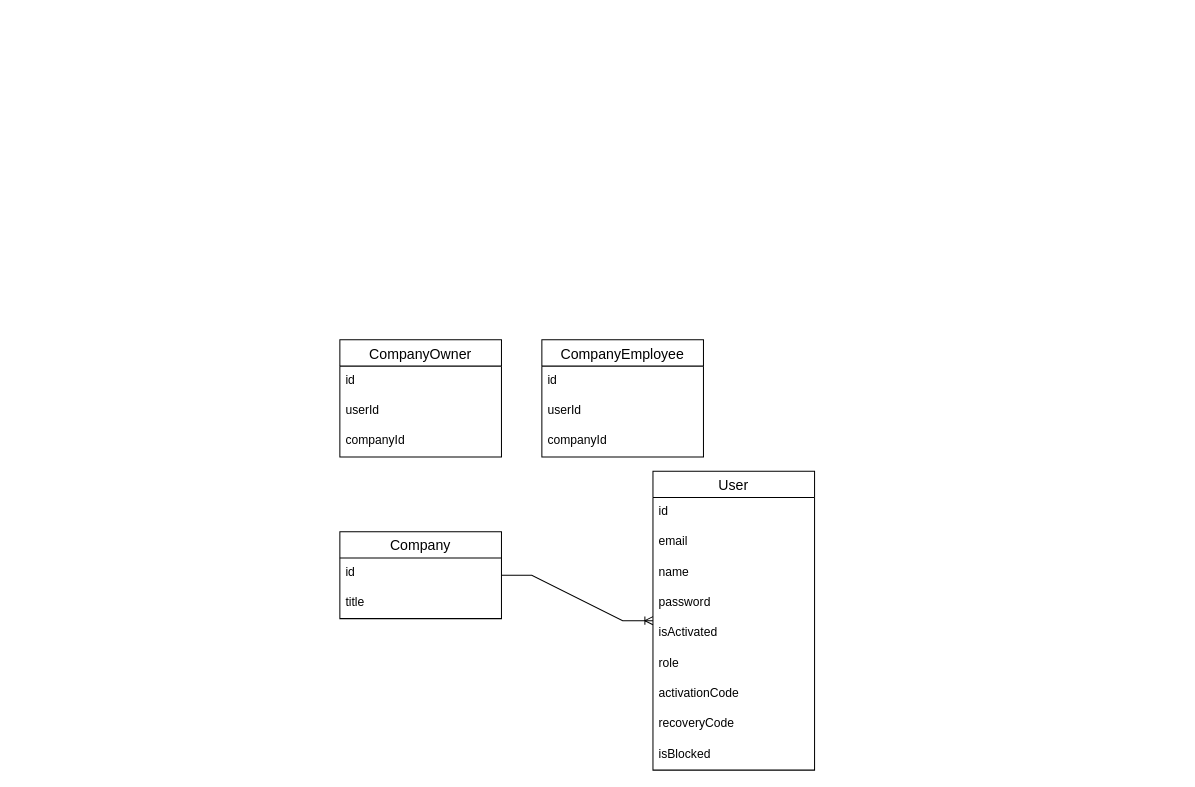
Nik68rus/myhoreca keeps this draw.io diagram as horeca.drawio. Above is the earlier version. Source tidied: cells renumbered, new cells numbered last; positions are measured from the earlier drawing's top-left corner, leaving out a move shared by most shapes. Both pictures are drawn from the tidied source at 101%, with x=0, y=0 at pixel (339, 339).
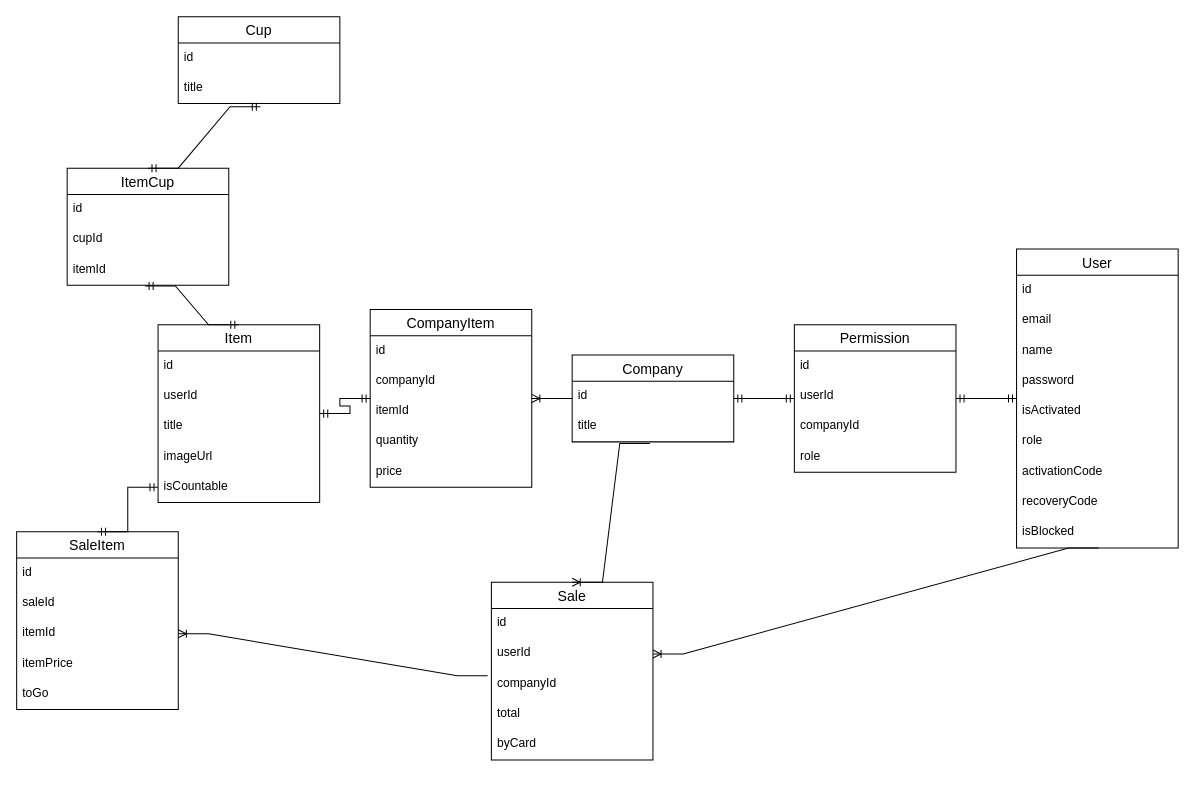
The same diagram, later.

Unchanged cells that the change refers to:
```xml
<mxCell id="11" value="isBlocked" style="text;strokeColor=none;fillColor=none;spacingLeft=4;spacingRight=4;overflow=hidden;points=[[0,0.5],[1,0.5]];portConstraint=eastwest;fontSize=12;" parent="2" vertex="1">
  <mxGeometry y="266" width="160" height="30" as="geometry" />
</mxCell>
<mxCell id="14" value="title" style="text;strokeColor=none;fillColor=none;spacingLeft=4;spacingRight=4;overflow=hidden;points=[[0,0.5],[1,0.5]];portConstraint=eastwest;fontSize=12;" parent="12" vertex="1">
  <mxGeometry y="56" width="160" height="30" as="geometry" />
</mxCell>
```

Change to the diagram source:
```diff
@@
     <mxCell id="2" value="User" style="swimlane;fontStyle=0;horizontal=1;startSize=26;align=center;fontSize=14;" parent="1" vertex="1">
-      <mxGeometry x="310" y="130" width="160" height="296" as="geometry" />
+      <mxGeometry x="670" y="-90" width="160" height="296" as="geometry" />
     </mxCell>
@@
     <mxCell id="12" value="Company" style="swimlane;fontStyle=0;horizontal=1;startSize=26;align=center;fontSize=14;" parent="1" vertex="1">
-      <mxGeometry y="190" width="160" height="86" as="geometry" />
+      <mxGeometry x="230" y="15" width="160" height="86" as="geometry" />
     </mxCell>
@@
-    <mxCell id="15" style="edgeStyle=entityRelationEdgeStyle;fontSize=12;html=1;endArrow=ERoneToMany;rounded=0;" parent="1" edge="1" source="12" target="2">
-      <mxGeometry relative="1" as="geometry" />
-    </mxCell>
-    <mxCell id="16" value="CompanyOwner" style="swimlane;fontStyle=0;horizontal=1;startSize=26;align=center;fontSize=14;" parent="1" vertex="1">
-      <mxGeometry width="160" height="116" as="geometry" />
+    <mxCell id="16" value="Permission" style="swimlane;fontStyle=0;horizontal=1;startSize=26;align=center;fontSize=14;" parent="1" vertex="1">
+      <mxGeometry x="450" y="-15" width="160" height="146" as="geometry" />
     </mxCell>
@@
-    <mxCell id="20" value="CompanyEmployee" style="swimlane;fontStyle=0;horizontal=1;startSize=26;align=center;fontSize=14;" parent="1" vertex="1">
-      <mxGeometry x="200" width="160" height="116" as="geometry" />
-    </mxCell>
-    <mxCell id="21" value="id" style="text;strokeColor=none;fillColor=none;spacingLeft=4;spacingRight=4;overflow=hidden;fontSize=12;" parent="20" vertex="1">
-      <mxGeometry y="26" width="160" height="30" as="geometry" />
-    </mxCell>
-    <mxCell id="22" value="userId" style="text;strokeColor=none;fillColor=none;spacingLeft=4;spacingRight=4;overflow=hidden;fontSize=12;" parent="20" vertex="1">
-      <mxGeometry y="56" width="160" height="30" as="geometry" />
-    </mxCell>
+    <mxCell id="24" value="role" style="text;strokeColor=none;fillColor=none;spacingLeft=4;spacingRight=4;overflow=hidden;fontSize=12;" parent="16" vertex="1">
+      <mxGeometry y="116" width="160" height="30" as="geometry" />
+    </mxCell>
+    <mxCell id="25" value="Item" style="swimlane;fontStyle=0;horizontal=1;startSize=26;align=center;fontSize=14;" parent="1" vertex="1">
+      <mxGeometry x="-180" y="-15" width="160" height="176" as="geometry" />
+    </mxCell>
+    <mxCell id="26" value="id" style="text;strokeColor=none;fillColor=none;spacingLeft=4;spacingRight=4;overflow=hidden;fontSize=12;" parent="25" vertex="1">
+      <mxGeometry y="26" width="160" height="30" as="geometry" />
+    </mxCell>
+    <mxCell id="27" value="userId" style="text;strokeColor=none;fillColor=none;spacingLeft=4;spacingRight=4;overflow=hidden;fontSize=12;" parent="25" vertex="1">
+      <mxGeometry y="56" width="160" height="30" as="geometry" />
+    </mxCell>
+    <mxCell id="28" value="title" style="text;strokeColor=none;fillColor=none;spacingLeft=4;spacingRight=4;overflow=hidden;fontSize=12;" parent="25" vertex="1">
+      <mxGeometry y="86" width="160" height="30" as="geometry" />
+    </mxCell>
+    <mxCell id="29" value="imageUrl" style="text;strokeColor=none;fillColor=none;spacingLeft=4;spacingRight=4;overflow=hidden;fontSize=12;" parent="25" vertex="1">
+      <mxGeometry y="116" width="160" height="30" as="geometry" />
+    </mxCell>
+    <mxCell id="30" value="isCountable" style="text;strokeColor=none;fillColor=none;spacingLeft=4;spacingRight=4;overflow=hidden;points=[[0,0.5],[1,0.5]];portConstraint=eastwest;fontSize=12;" parent="25" vertex="1">
+      <mxGeometry y="146" width="160" height="30" as="geometry" />
+    </mxCell>
+    <mxCell id="31" value="CompanyItem" style="swimlane;fontStyle=0;horizontal=1;startSize=26;align=center;fontSize=14;" parent="1" vertex="1">
+      <mxGeometry x="30" y="-30" width="160" height="176" as="geometry" />
+    </mxCell>
+    <mxCell id="32" value="id" style="text;strokeColor=none;fillColor=none;spacingLeft=4;spacingRight=4;overflow=hidden;fontSize=12;" parent="31" vertex="1">
+      <mxGeometry y="26" width="160" height="30" as="geometry" />
+    </mxCell>
+    <mxCell id="33" value="companyId" style="text;strokeColor=none;fillColor=none;spacingLeft=4;spacingRight=4;overflow=hidden;fontSize=12;" parent="31" vertex="1">
+      <mxGeometry y="56" width="160" height="30" as="geometry" />
+    </mxCell>
+    <mxCell id="34" value="itemId" style="text;strokeColor=none;fillColor=none;spacingLeft=4;spacingRight=4;overflow=hidden;fontSize=12;" parent="31" vertex="1">
+      <mxGeometry y="86" width="160" height="30" as="geometry" />
+    </mxCell>
+    <mxCell id="35" value="quantity" style="text;strokeColor=none;fillColor=none;spacingLeft=4;spacingRight=4;overflow=hidden;fontSize=12;" parent="31" vertex="1">
+      <mxGeometry y="116" width="160" height="30" as="geometry" />
+    </mxCell>
+    <mxCell id="36" value="price" style="text;strokeColor=none;fillColor=none;spacingLeft=4;spacingRight=4;overflow=hidden;fontSize=12;" parent="31" vertex="1">
+      <mxGeometry y="146" width="160" height="30" as="geometry" />
+    </mxCell>
+    <mxCell id="37" style="edgeStyle=entityRelationEdgeStyle;fontSize=12;html=1;endArrow=ERmandOne;startArrow=ERmandOne;rounded=0;" parent="1" edge="1" source="12" target="16">
+      <mxGeometry relative="1" as="geometry" />
+    </mxCell>
+    <mxCell id="38" style="edgeStyle=entityRelationEdgeStyle;fontSize=12;html=1;endArrow=ERmandOne;startArrow=ERmandOne;rounded=0;" parent="1" edge="1" source="2" target="16">
+      <mxGeometry relative="1" as="geometry" />
+    </mxCell>
+    <mxCell id="39" style="edgeStyle=entityRelationEdgeStyle;fontSize=12;html=1;endArrow=ERoneToMany;rounded=0;" parent="1" edge="1" source="12" target="31">
+      <mxGeometry relative="1" as="geometry" />
+    </mxCell>
+    <mxCell id="40" style="edgeStyle=entityRelationEdgeStyle;fontSize=12;html=1;endArrow=ERmandOne;startArrow=ERmandOne;rounded=0;" parent="1" edge="1" source="25" target="31">
+      <mxGeometry relative="1" as="geometry" />
+    </mxCell>
+    <mxCell id="41" value="Cup" style="swimlane;fontStyle=0;horizontal=1;startSize=26;align=center;fontSize=14;" parent="1" vertex="1">
+      <mxGeometry x="-160" y="-320" width="160" height="86" as="geometry" />
+    </mxCell>
+    <mxCell id="42" value="id" style="text;strokeColor=none;fillColor=none;spacingLeft=4;spacingRight=4;overflow=hidden;fontSize=12;" parent="41" vertex="1">
+      <mxGeometry y="26" width="160" height="30" as="geometry" />
+    </mxCell>
+    <mxCell id="43" value="title" style="text;strokeColor=none;fillColor=none;spacingLeft=4;spacingRight=4;overflow=hidden;points=[[0,0.5],[1,0.5]];portConstraint=eastwest;fontSize=12;" parent="41" vertex="1">
+      <mxGeometry y="56" width="160" height="30" as="geometry" />
+    </mxCell>
+    <mxCell id="44" value="ItemCup" style="swimlane;fontStyle=0;horizontal=1;startSize=26;align=center;fontSize=14;" parent="1" vertex="1">
+      <mxGeometry x="-270" y="-170" width="160" height="116" as="geometry" />
+    </mxCell>
+    <mxCell id="45" value="id" style="text;strokeColor=none;fillColor=none;spacingLeft=4;spacingRight=4;overflow=hidden;fontSize=12;" parent="44" vertex="1">
+      <mxGeometry y="26" width="160" height="30" as="geometry" />
+    </mxCell>
+    <mxCell id="46" value="cupId" style="text;strokeColor=none;fillColor=none;spacingLeft=4;spacingRight=4;overflow=hidden;fontSize=12;" parent="44" vertex="1">
+      <mxGeometry y="56" width="160" height="30" as="geometry" />
+    </mxCell>
+    <mxCell id="47" value="itemId" style="text;strokeColor=none;fillColor=none;spacingLeft=4;spacingRight=4;overflow=hidden;points=[[0,0.5],[1,0.5]];portConstraint=eastwest;fontSize=12;" parent="44" vertex="1">
+      <mxGeometry y="86" width="160" height="30" as="geometry" />
+    </mxCell>
+    <mxCell id="48" style="edgeStyle=entityRelationEdgeStyle;fontSize=12;html=1;endArrow=ERmandOne;startArrow=ERmandOne;rounded=0;entryX=0.482;entryY=1.022;entryDx=0;entryDy=0;entryPerimeter=0;exitX=0.5;exitY=0;exitDx=0;exitDy=0;" parent="1" edge="1" source="25" target="47">
+      <mxGeometry relative="1" as="geometry" />
+    </mxCell>
+    <mxCell id="49" style="edgeStyle=entityRelationEdgeStyle;fontSize=12;html=1;endArrow=ERmandOne;startArrow=ERmandOne;rounded=0;exitX=0.5;exitY=0;exitDx=0;exitDy=0;entryX=0.508;entryY=1.106;entryDx=0;entryDy=0;entryPerimeter=0;" parent="1" edge="1" source="44" target="43">
+      <mxGeometry relative="1" as="geometry" />
+    </mxCell>
+    <mxCell id="50" value="SaleItem" style="swimlane;fontStyle=0;horizontal=1;startSize=26;align=center;fontSize=14;" parent="1" vertex="1">
+      <mxGeometry x="-320" y="190" width="160" height="176" as="geometry" />
+    </mxCell>
+    <mxCell id="51" value="id" style="text;strokeColor=none;fillColor=none;spacingLeft=4;spacingRight=4;overflow=hidden;fontSize=12;" parent="50" vertex="1">
+      <mxGeometry y="26" width="160" height="30" as="geometry" />
+    </mxCell>
+    <mxCell id="52" value="saleId" style="text;strokeColor=none;fillColor=none;spacingLeft=4;spacingRight=4;overflow=hidden;fontSize=12;" parent="50" vertex="1">
+      <mxGeometry y="56" width="160" height="30" as="geometry" />
+    </mxCell>
+    <mxCell id="53" value="itemId" style="text;strokeColor=none;fillColor=none;spacingLeft=4;spacingRight=4;overflow=hidden;points=[[0,0.5],[1,0.5]];portConstraint=eastwest;fontSize=12;" parent="50" vertex="1">
+      <mxGeometry y="86" width="160" height="30" as="geometry" />
+    </mxCell>
+    <mxCell id="54" value="itemPrice" style="text;strokeColor=none;fillColor=none;spacingLeft=4;spacingRight=4;overflow=hidden;fontSize=12;" parent="50" vertex="1">
+      <mxGeometry y="116" width="160" height="30" as="geometry" />
+    </mxCell>
+    <mxCell id="55" value="toGo" style="text;strokeColor=none;fillColor=none;spacingLeft=4;spacingRight=4;overflow=hidden;fontSize=12;" parent="50" vertex="1">
+      <mxGeometry y="146" width="160" height="30" as="geometry" />
+    </mxCell>
+    <mxCell id="56" value="Sale" style="swimlane;fontStyle=0;horizontal=1;startSize=26;align=center;fontSize=14;" parent="1" vertex="1">
+      <mxGeometry x="150" y="240" width="160" height="176" as="geometry" />
+    </mxCell>
+    <mxCell id="57" value="id" style="text;strokeColor=none;fillColor=none;spacingLeft=4;spacingRight=4;overflow=hidden;fontSize=12;" parent="56" vertex="1">
+      <mxGeometry y="26" width="160" height="30" as="geometry" />
+    </mxCell>
+    <mxCell id="58" value="userId" style="text;strokeColor=none;fillColor=none;spacingLeft=4;spacingRight=4;overflow=hidden;points=[[0,0.5],[1,0.5]];portConstraint=eastwest;fontSize=12;" parent="56" vertex="1">
+      <mxGeometry y="56" width="160" height="30" as="geometry" />
+    </mxCell>
-    <mxCell id="23" value="companyId" style="text;strokeColor=none;fillColor=none;spacingLeft=4;spacingRight=4;overflow=hidden;points=[[0,0.5],[1,0.5]];portConstraint=eastwest;fontSize=12;" parent="20" vertex="1">
+    <mxCell id="23" value="companyId" style="text;strokeColor=none;fillColor=none;spacingLeft=4;spacingRight=4;overflow=hidden;points=[[0,0.5],[1,0.5]];portConstraint=eastwest;fontSize=12;" parent="56" vertex="1">
       <mxGeometry y="86" width="160" height="30" as="geometry" />
     </mxCell>
+    <mxCell id="59" value="total" style="text;strokeColor=none;fillColor=none;spacingLeft=4;spacingRight=4;overflow=hidden;fontSize=12;" parent="56" vertex="1">
+      <mxGeometry y="116" width="160" height="30" as="geometry" />
+    </mxCell>
+    <mxCell id="60" value="byCard" style="text;strokeColor=none;fillColor=none;spacingLeft=4;spacingRight=4;overflow=hidden;fontSize=12;" parent="56" vertex="1">
+      <mxGeometry y="146" width="160" height="30" as="geometry" />
+    </mxCell>
+    <mxCell id="61" style="edgeStyle=entityRelationEdgeStyle;fontSize=12;html=1;endArrow=ERmandOne;startArrow=ERmandOne;rounded=0;exitX=0.5;exitY=0;exitDx=0;exitDy=0;" parent="1" edge="1" source="50" target="30">
+      <mxGeometry relative="1" as="geometry" />
+    </mxCell>
+    <mxCell id="62" style="edgeStyle=entityRelationEdgeStyle;fontSize=12;html=1;endArrow=ERoneToMany;rounded=0;exitX=0.509;exitY=1.005;exitDx=0;exitDy=0;exitPerimeter=0;" parent="1" edge="1" source="11" target="58">
+      <mxGeometry relative="1" as="geometry" />
+    </mxCell>
+    <mxCell id="63" style="edgeStyle=entityRelationEdgeStyle;fontSize=12;html=1;endArrow=ERoneToMany;rounded=0;exitX=-0.023;exitY=0.217;exitDx=0;exitDy=0;exitPerimeter=0;entryX=1;entryY=0.5;entryDx=0;entryDy=0;" parent="1" edge="1" source="23" target="53">
+      <mxGeometry relative="1" as="geometry" />
+    </mxCell>
+    <mxCell id="64" style="edgeStyle=entityRelationEdgeStyle;fontSize=12;html=1;endArrow=ERoneToMany;rounded=0;exitX=0.482;exitY=1.05;exitDx=0;exitDy=0;exitPerimeter=0;entryX=0.5;entryY=0;entryDx=0;entryDy=0;" parent="1" edge="1" source="14" target="56">
+      <mxGeometry relative="1" as="geometry" />
+    </mxCell>
```
